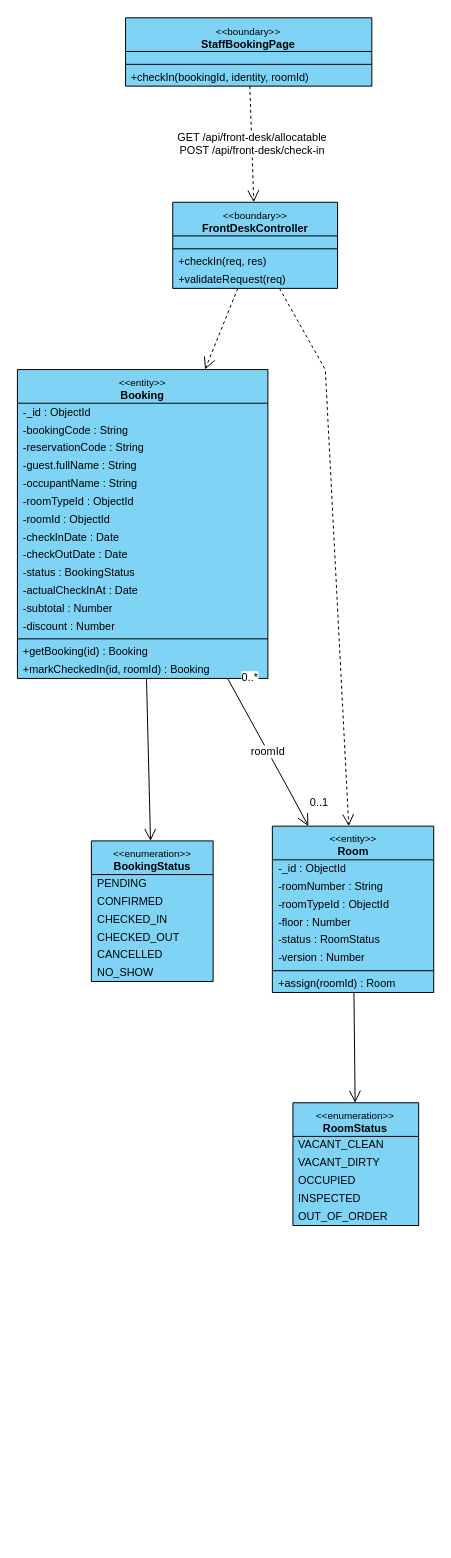
This is final/diagrams/M5_Front-Desk-And-HR_Diagrams/class_diagrams/CD-17_UC-R06_CheckInGuest.drawio from toikobi401/SWD392, a draw.io file, before an edit. Source tidied: cells renumbered, new cells numbered last; positions are measured from the earlier drawing's top-left corner, leaving out a move shared by most shapes. Both pictures are drawn from the tidied source at 99%, with x=0, y=0 at pixel (17, 17).
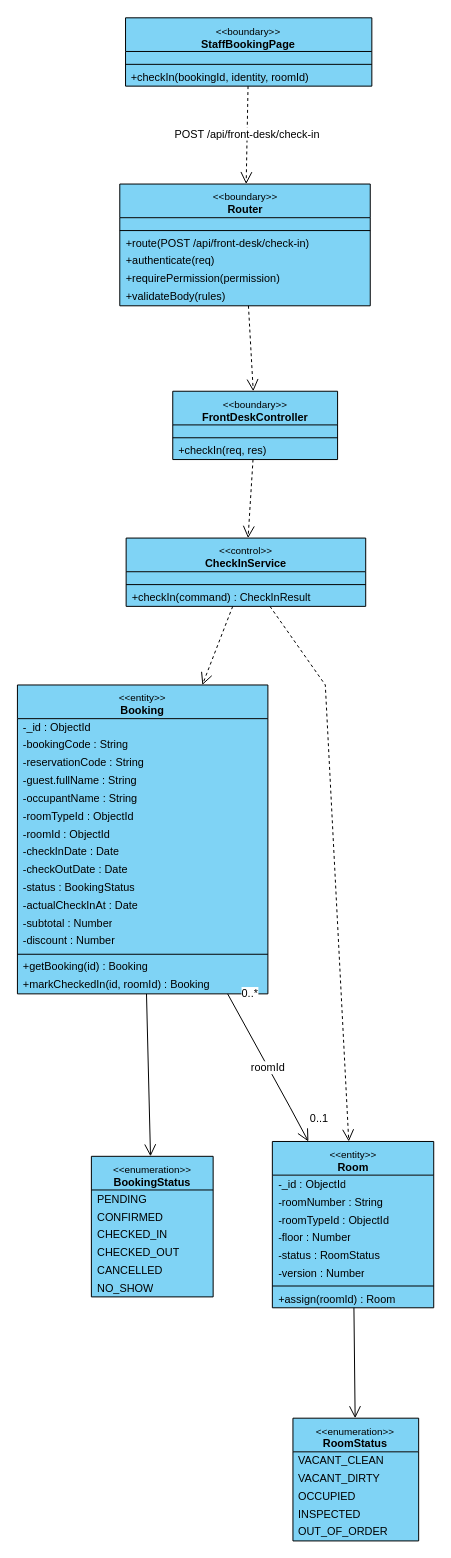
The same diagram, later.

Unchanged cells that the change refers to:
```xml
<mxCell id="2" value="&lt;font style=&quot;font-size:10px&quot;&gt;&amp;lt;&amp;lt;boundary&amp;gt;&amp;gt;&lt;/font&gt;&lt;br&gt;&lt;b&gt;StaffBookingPage&lt;/b&gt;" style="swimlane;fontStyle=0;align=center;verticalAlign=top;horizontal=1;startSize=34;html=1;whiteSpace=wrap;fontSize=11;fillColor=#7fd3f5;swimlaneFillColor=#7fd3f5;strokeColor=#000000;" parent="1" vertex="1">
  <mxGeometry x="109.3" y="0.5" width="248.8" height="69" as="geometry" />
</mxCell>
```

Change to the diagram source:
```diff
@@
+    <mxCell id="58" value="&lt;font style=&quot;font-size:10px&quot;&gt;&amp;lt;&amp;lt;boundary&amp;gt;&amp;gt;&lt;/font&gt;&lt;br&gt;&lt;b&gt;Router&lt;/b&gt;" style="swimlane;fontStyle=0;align=center;verticalAlign=top;horizontal=1;startSize=34;html=1;whiteSpace=wrap;fontSize=11;fillColor=#7fd3f5;swimlaneFillColor=#7fd3f5;strokeColor=#000000;" parent="1" vertex="1">
+      <mxGeometry x="103.5" y="168.4" width="253" height="123" as="geometry" />
+    </mxCell>
+    <mxCell id="59" style="text;strokeColor=none;fillColor=none;html=1;" parent="58" vertex="1">
+      <mxGeometry y="34" width="253" height="9" as="geometry" />
+    </mxCell>
+    <mxCell id="60" style="line;strokeWidth=1;fillColor=none;align=left;verticalAlign=middle;spacingTop=-1;spacingLeft=3;spacingRight=3;labelPosition=right;strokeColor=#000000;" parent="58" vertex="1">
+      <mxGeometry y="43" width="253" height="8" as="geometry" />
+    </mxCell>
+    <mxCell id="61" value="+route(POST /api/front-desk/check-in)" style="text;strokeColor=none;fillColor=none;align=left;verticalAlign=middle;spacingLeft=4;spacingRight=4;overflow=hidden;whiteSpace=nowrap;html=1;fontSize=11;" parent="58" vertex="1">
+      <mxGeometry y="51" width="253" height="18" as="geometry" />
+    </mxCell>
+    <mxCell id="62" value="+authenticate(req)" style="text;strokeColor=none;fillColor=none;align=left;verticalAlign=middle;spacingLeft=4;spacingRight=4;overflow=hidden;whiteSpace=nowrap;html=1;fontSize=11;" parent="58" vertex="1">
+      <mxGeometry y="69" width="253" height="18" as="geometry" />
+    </mxCell>
+    <mxCell id="63" value="+requirePermission(permission)" style="text;strokeColor=none;fillColor=none;align=left;verticalAlign=middle;spacingLeft=4;spacingRight=4;overflow=hidden;whiteSpace=nowrap;html=1;fontSize=11;" parent="58" vertex="1">
+      <mxGeometry y="87" width="253" height="18" as="geometry" />
+    </mxCell>
+    <mxCell id="64" value="+validateBody(rules)" style="text;strokeColor=none;fillColor=none;align=left;verticalAlign=middle;spacingLeft=4;spacingRight=4;overflow=hidden;whiteSpace=nowrap;html=1;fontSize=11;" parent="58" vertex="1">
+      <mxGeometry y="105" width="253" height="18" as="geometry" />
+    </mxCell>
     <mxCell id="6" value="&lt;font style=&quot;font-size:10px&quot;&gt;&amp;lt;&amp;lt;boundary&amp;gt;&amp;gt;&lt;/font&gt;&lt;br&gt;&lt;b&gt;FrontDeskController&lt;/b&gt;" style="swimlane;fontStyle=0;align=center;verticalAlign=top;horizontal=1;startSize=34;html=1;whiteSpace=wrap;fontSize=11;fillColor=#7fd3f5;swimlaneFillColor=#7fd3f5;strokeColor=#000000;" parent="1" vertex="1">
-      <mxGeometry x="157" y="186.8" width="166.5" height="87" as="geometry" />
+      <mxGeometry x="157" y="377.7" width="166.5" height="69" as="geometry" />
     </mxCell>
@@
-    <mxCell id="10" value="+validateRequest(req)" style="text;strokeColor=none;fillColor=none;align=left;verticalAlign=middle;spacingLeft=4;spacingRight=4;overflow=hidden;whiteSpace=nowrap;html=1;fontSize=11;" parent="6" vertex="1">
-      <mxGeometry y="69" width="166.5" height="18" as="geometry" />
-    </mxCell>
+    <mxCell id="65" value="&lt;font style=&quot;font-size:10px&quot;&gt;&amp;lt;&amp;lt;control&amp;gt;&amp;gt;&lt;/font&gt;&lt;br&gt;&lt;b&gt;CheckInService&lt;/b&gt;" style="swimlane;fontStyle=0;align=center;verticalAlign=top;horizontal=1;startSize=34;html=1;whiteSpace=wrap;fontSize=11;fillColor=#7fd3f5;swimlaneFillColor=#7fd3f5;strokeColor=#000000;" parent="1" vertex="1">
+      <mxGeometry x="109.9" y="526" width="242" height="69" as="geometry" />
+    </mxCell>
+    <mxCell id="66" style="text;strokeColor=none;fillColor=none;html=1;" parent="65" vertex="1">
+      <mxGeometry y="34" width="242" height="9" as="geometry" />
+    </mxCell>
+    <mxCell id="67" style="line;strokeWidth=1;fillColor=none;align=left;verticalAlign=middle;spacingTop=-1;spacingLeft=3;spacingRight=3;labelPosition=right;strokeColor=#000000;" parent="65" vertex="1">
+      <mxGeometry y="43" width="242" height="8" as="geometry" />
+    </mxCell>
+    <mxCell id="68" value="+checkIn(command) : CheckInResult" style="text;strokeColor=none;fillColor=none;align=left;verticalAlign=middle;spacingLeft=4;spacingRight=4;overflow=hidden;whiteSpace=nowrap;html=1;fontSize=11;" parent="65" vertex="1">
+      <mxGeometry y="51" width="242" height="18" as="geometry" />
+    </mxCell>
     <mxCell id="11" value="&lt;font style=&quot;font-size:10px&quot;&gt;&amp;lt;&amp;lt;entity&amp;gt;&amp;gt;&lt;/font&gt;&lt;br&gt;&lt;b&gt;Booking&lt;/b&gt;" style="swimlane;fontStyle=0;align=center;verticalAlign=top;horizontal=1;startSize=34;html=1;whiteSpace=wrap;fontSize=11;fillColor=#7fd3f5;swimlaneFillColor=#7fd3f5;strokeColor=#000000;" parent="1" vertex="1">
-      <mxGeometry x="0.1" y="355.8" width="253" height="312" as="geometry" />
+      <mxGeometry x="0.1" y="674.4" width="253" height="312" as="geometry" />
     </mxCell>
@@
     <mxCell id="28" value="&lt;font style=&quot;font-size:10px&quot;&gt;&amp;lt;&amp;lt;entity&amp;gt;&amp;gt;&lt;/font&gt;&lt;br&gt;&lt;b&gt;Room&lt;/b&gt;" style="swimlane;fontStyle=0;align=center;verticalAlign=top;horizontal=1;startSize=34;html=1;whiteSpace=wrap;fontSize=11;fillColor=#7fd3f5;swimlaneFillColor=#7fd3f5;strokeColor=#000000;" parent="1" vertex="1">
-      <mxGeometry x="257.6" y="817" width="163" height="168" as="geometry" />
+      <mxGeometry x="257.6" y="1135.5" width="163" height="168" as="geometry" />
     </mxCell>
@@
     <mxCell id="37" value="&lt;font style=&quot;font-size:10px&quot;&gt;&amp;lt;&amp;lt;enumeration&amp;gt;&amp;gt;&lt;/font&gt;&lt;br&gt;&lt;b&gt;BookingStatus&lt;/b&gt;" style="swimlane;fontStyle=0;align=center;verticalAlign=top;horizontal=1;startSize=34;html=1;whiteSpace=wrap;fontSize=11;fillColor=#7fd3f5;swimlaneFillColor=#7fd3f5;strokeColor=#000000;" parent="1" vertex="1">
-      <mxGeometry x="74.8" y="831.9" width="123" height="142" as="geometry" />
+      <mxGeometry x="74.8" y="1150.5" width="123" height="142" as="geometry" />
     </mxCell>
@@
     <mxCell id="44" value="&lt;font style=&quot;font-size:10px&quot;&gt;&amp;lt;&amp;lt;enumeration&amp;gt;&amp;gt;&lt;/font&gt;&lt;br&gt;&lt;b&gt;RoomStatus&lt;/b&gt;" style="swimlane;fontStyle=0;align=center;verticalAlign=top;horizontal=1;startSize=34;html=1;whiteSpace=wrap;fontSize=11;fillColor=#7fd3f5;swimlaneFillColor=#7fd3f5;strokeColor=#000000;" parent="1" vertex="1">
-      <mxGeometry x="278.4" y="1096.4" width="127" height="124" as="geometry" />
+      <mxGeometry x="278.4" y="1415" width="127" height="124" as="geometry" />
     </mxCell>
@@
-    <mxCell id="50" value="GET /api/front-desk/allocatable&lt;br&gt;POST /api/front-desk/check-in" style="html=1;rounded=0;fontSize=11;labelBackgroundColor=#ffffff;dashed=1;endArrow=open;endSize=10;" parent="1" edge="1" source="2" target="6">
+    <mxCell id="50" value="POST /api/front-desk/check-in" style="html=1;rounded=0;fontSize=11;labelBackgroundColor=#ffffff;dashed=1;endArrow=open;endSize=10;" parent="1" edge="1" source="2" target="58">
       <mxGeometry relative="1" as="geometry" />
     </mxCell>
-    <mxCell id="51" style="html=1;rounded=0;fontSize=11;labelBackgroundColor=#ffffff;dashed=1;endArrow=open;endSize=10;" parent="1" edge="1" source="6" target="11">
+    <mxCell id="51" style="html=1;rounded=0;fontSize=11;labelBackgroundColor=#ffffff;dashed=1;endArrow=open;endSize=10;" parent="1" edge="1" source="58" target="6">
       <mxGeometry relative="1" as="geometry" />
     </mxCell>
-    <mxCell id="52" style="html=1;rounded=0;fontSize=11;labelBackgroundColor=#ffffff;dashed=1;endArrow=open;endSize=10;" parent="1" edge="1" source="6" target="28">
-      <mxGeometry relative="1" as="geometry">
-        <Array as="points">
-          <mxPoint x="311.1" y="355.8" />
-        </Array>
-      </mxGeometry>
+    <mxCell id="52" style="html=1;rounded=0;fontSize=11;labelBackgroundColor=#ffffff;dashed=1;endArrow=open;endSize=10;" parent="1" edge="1" source="6" target="65">
+      <mxGeometry relative="1" as="geometry" />
     </mxCell>
-    <mxCell id="53" value="roomId" style="html=1;rounded=0;fontSize=11;labelBackgroundColor=#ffffff;endArrow=open;endSize=10;" parent="1" edge="1" source="11" target="28">
-      <mxGeometry relative="1" as="geometry">
-        <Array as="points">
-          <mxPoint x="275.5" y="782.5" />
-        </Array>
-      </mxGeometry>
+    <mxCell id="53" style="html=1;rounded=0;fontSize=11;labelBackgroundColor=#ffffff;dashed=1;endArrow=open;endSize=10;" parent="1" edge="1" source="65" target="11">
+      <mxGeometry relative="1" as="geometry" />
     </mxCell>
+    <mxCell id="56" style="html=1;rounded=0;fontSize=11;labelBackgroundColor=#ffffff;dashed=1;endArrow=open;endSize=10;" parent="1" edge="1" source="65" target="28">
+      <mxGeometry relative="1" as="geometry">
+        <Array as="points">
+          <mxPoint x="311.1" y="674.4" />
+        </Array>
+      </mxGeometry>
+    </mxCell>
+    <mxCell id="57" value="roomId" style="html=1;rounded=0;fontSize=11;labelBackgroundColor=#ffffff;endArrow=open;endSize=10;" parent="1" edge="1" source="11" target="28">
+      <mxGeometry relative="1" as="geometry">
+        <Array as="points">
+          <mxPoint x="275.5" y="1101" />
+        </Array>
+      </mxGeometry>
+    </mxCell>
-    <mxCell id="54" value="0..*" style="edgeLabel;html=1;align=left;verticalAlign=bottom;fontSize=11;" parent="53" vertex="1">
+    <mxCell id="54" value="0..*" style="edgeLabel;html=1;align=left;verticalAlign=bottom;fontSize=11;" parent="57" vertex="1">
       <mxGeometry x="-0.85" relative="1" as="geometry">
         <mxPoint x="6" y="-4" as="offset" />
       </mxGeometry>
     </mxCell>
-    <mxCell id="55" value="0..1" style="edgeLabel;html=1;align=left;verticalAlign=bottom;fontSize=11;" parent="53" vertex="1">
+    <mxCell id="55" value="0..1" style="edgeLabel;html=1;align=left;verticalAlign=bottom;fontSize=11;" parent="57" vertex="1">
       <mxGeometry x="0.85" relative="1" as="geometry">
         <mxPoint x="6" y="-4" as="offset" />
       </mxGeometry>
     </mxCell>
-    <mxCell id="56" style="html=1;rounded=0;fontSize=11;labelBackgroundColor=#ffffff;endArrow=open;endSize=10;" parent="1" edge="1" source="11" target="37">
-      <mxGeometry relative="1" as="geometry" />
-    </mxCell>
-    <mxCell id="57" style="html=1;rounded=0;fontSize=11;labelBackgroundColor=#ffffff;endArrow=open;endSize=10;" parent="1" edge="1" source="28" target="44">
-      <mxGeometry relative="1" as="geometry" />
-    </mxCell>
+    <mxCell id="69" style="html=1;rounded=0;fontSize=11;labelBackgroundColor=#ffffff;endArrow=open;endSize=10;" parent="1" edge="1" source="11" target="37">
+      <mxGeometry relative="1" as="geometry" />
+    </mxCell>
+    <mxCell id="70" style="html=1;rounded=0;fontSize=11;labelBackgroundColor=#ffffff;endArrow=open;endSize=10;" parent="1" edge="1" source="28" target="44">
+      <mxGeometry relative="1" as="geometry" />
+    </mxCell>
```
